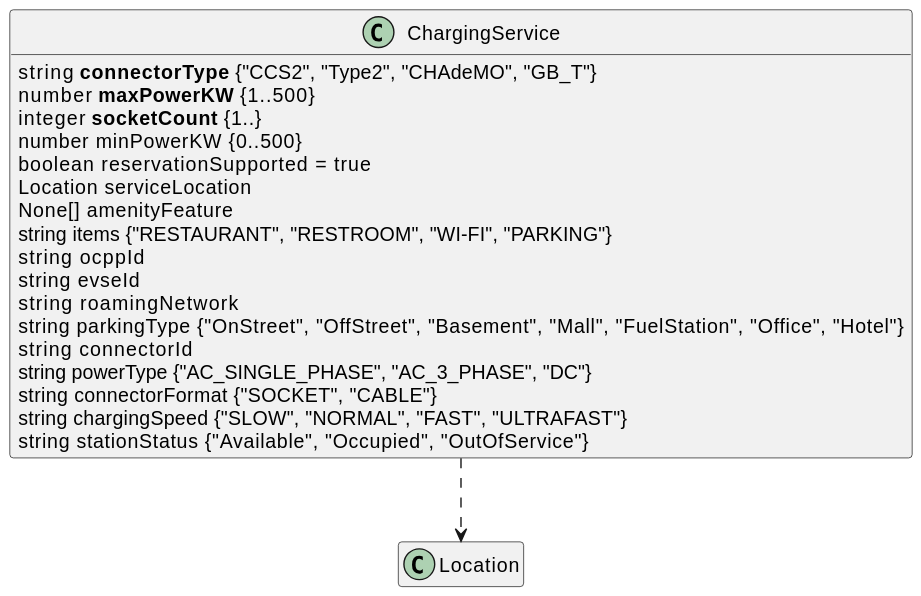
The PlantUML diagram docs/schema/EvChargingService/v1/attributes.svg in beckn/protocol-specifications-new, before a commit. Its diagram source:
```plantuml
@startuml
hide empty members
set namespaceSeparator none


class ChargingService {
    {field} string <b>connectorType</b> {"CCS2", "Type2", "CHAdeMO", "GB_T"}
    {field} number <b>maxPowerKW</b> {1..500}
    {field} integer <b>socketCount</b> {1..}
    {field} number minPowerKW {0..500}
    {field} boolean reservationSupported = true
    {field} Location serviceLocation
    {field} None[] amenityFeature
    {field} string items {"RESTAURANT", "RESTROOM", "WI-FI", "PARKING"}
    {field} string ocppId
    {field} string evseId
    {field} string roamingNetwork
    {field} string parkingType {"OnStreet", "OffStreet", "Basement", "Mall", "FuelStation", "Office", "Hotel"}
    {field} string connectorId
    {field} string powerType {"AC_SINGLE_PHASE", "AC_3_PHASE", "DC"}
    {field} string connectorFormat {"SOCKET", "CABLE"}
    {field} string chargingSpeed {"SLOW", "NORMAL", "FAST", "ULTRAFAST"}
    {field} string stationStatus {"Available", "Occupied", "OutOfService"}
}

ChargingService ..> Location
@enduml
```
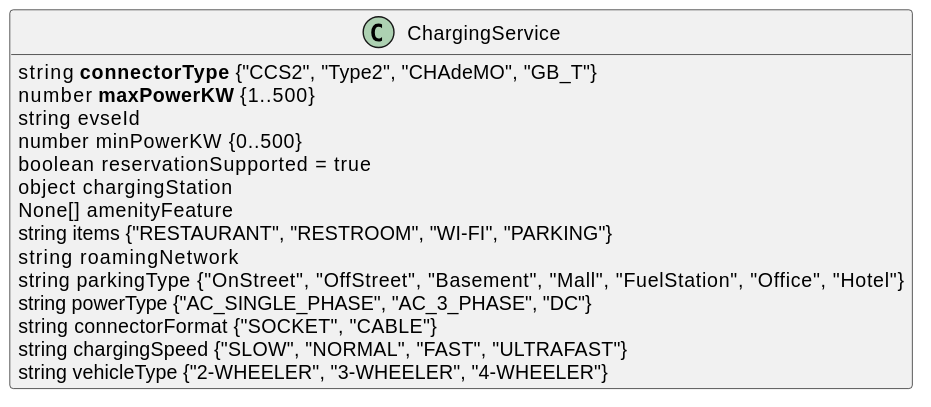
The same diagram one commit later.

The edit, as a diff of the source:
```diff
@@ -6,22 +6,17 @@
 class ChargingService {
     {field} string <b>connectorType</b> {"CCS2", "Type2", "CHAdeMO", "GB_T"}
     {field} number <b>maxPowerKW</b> {1..500}
-    {field} integer <b>socketCount</b> {1..}
+    {field} string evseId
     {field} number minPowerKW {0..500}
     {field} boolean reservationSupported = true
-    {field} Location serviceLocation
+    {field} object chargingStation
     {field} None[] amenityFeature
     {field} string items {"RESTAURANT", "RESTROOM", "WI-FI", "PARKING"}
-    {field} string ocppId
-    {field} string evseId
     {field} string roamingNetwork
     {field} string parkingType {"OnStreet", "OffStreet", "Basement", "Mall", "FuelStation", "Office", "Hotel"}
-    {field} string connectorId
     {field} string powerType {"AC_SINGLE_PHASE", "AC_3_PHASE", "DC"}
     {field} string connectorFormat {"SOCKET", "CABLE"}
     {field} string chargingSpeed {"SLOW", "NORMAL", "FAST", "ULTRAFAST"}
-    {field} string stationStatus {"Available", "Occupied", "OutOfService"}
+    {field} string vehicleType {"2-WHEELER", "3-WHEELER", "4-WHEELER"}
 }
-
-ChargingService ..> Location
 @enduml
```
